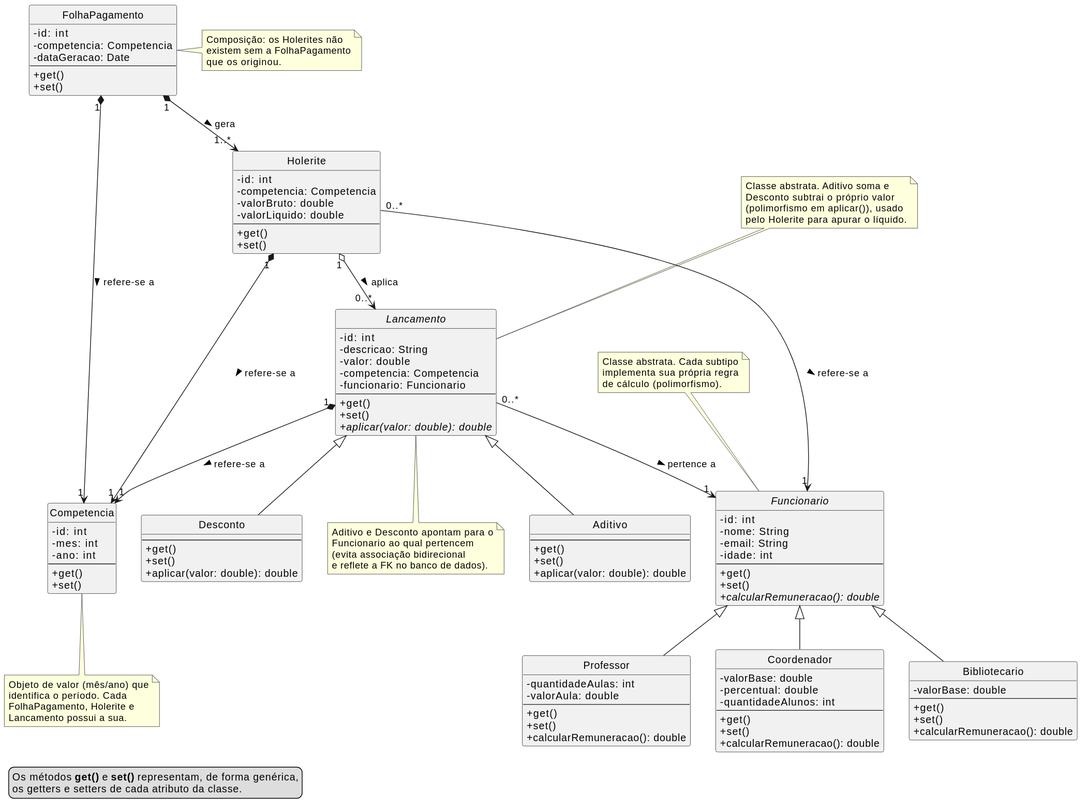
Above: docs/diagrama-classes.svg in imepac-aulas/poo-folhaPagamento-2026-02 (PlantUML), before the change.
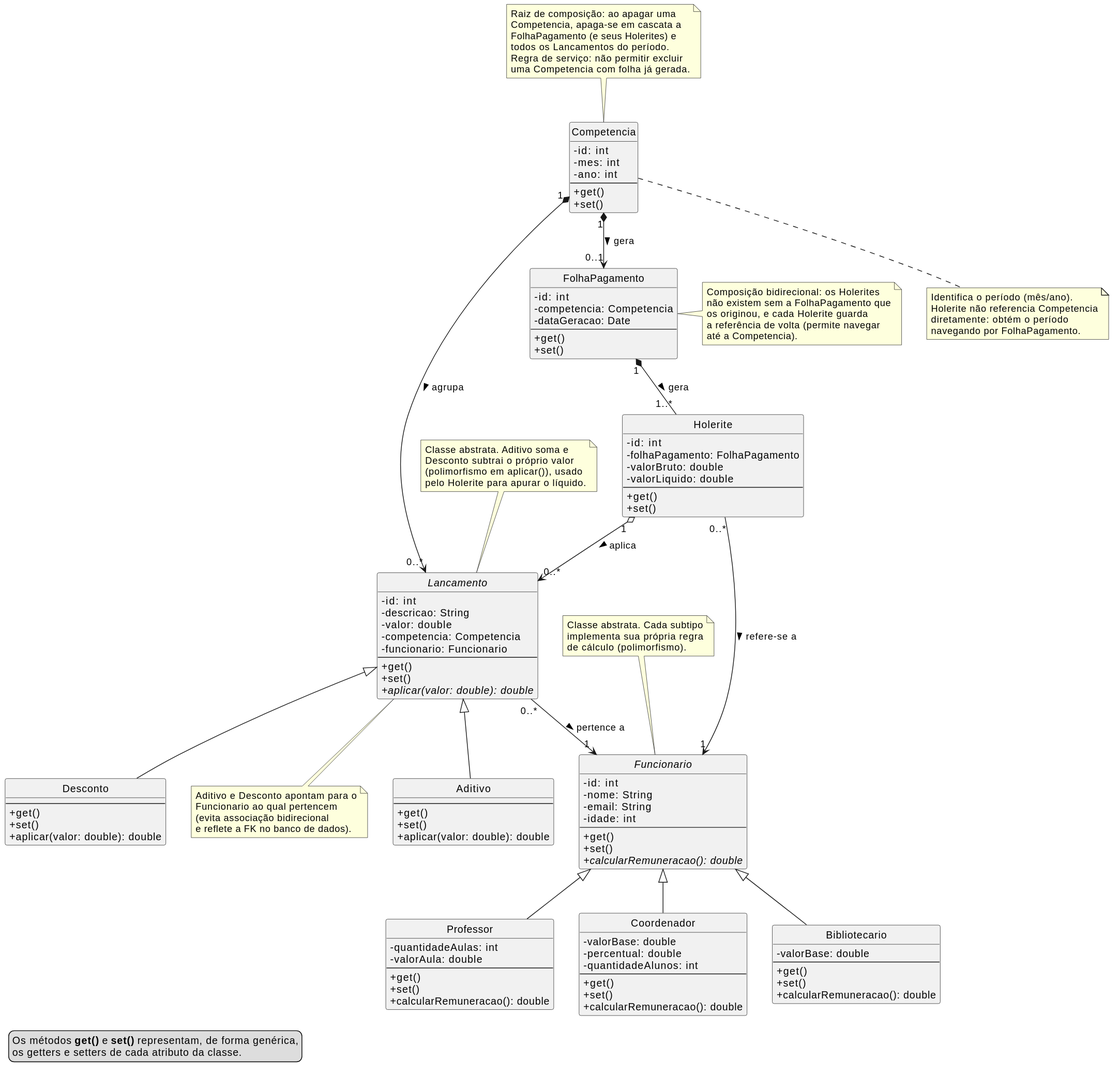
The same diagram one commit later.

Commit message:
Torna Competencia a raiz de composição do domínio

What changed in the source:
```diff
@@ -80,7 +80,7 @@
 
 class Holerite {
   - id: int
-  - competencia: Competencia
+  - folhaPagamento: FolhaPagamento
   - valorBruto: double
   - valorLiquido: double
   --
@@ -104,17 +104,16 @@
 Lancamento <|-- Aditivo
 Lancamento <|-- Desconto
 
-FolhaPagamento "1" *--> "1..*" Holerite : gera >
+Competencia "1" *--> "0..1" FolhaPagamento : gera >
+Competencia "1" *--> "0..*" Lancamento : agrupa >
+
+FolhaPagamento "1" *-- "1..*" Holerite : gera >
 
 Holerite "0..*" --> "1" Funcionario : refere-se a >
 
 Lancamento "0..*" --> "1" Funcionario : pertence a >
 
 Holerite "1" o--> "0..*" Lancamento : aplica >
-
-FolhaPagamento "1" *--> "1" Competencia : refere-se a >
-Holerite "1" *--> "1" Competencia : refere-se a >
-Lancamento "1" *--> "1" Competencia : refere-se a >
 
 note top of Funcionario
   Classe abstrata. Cada subtipo
@@ -130,9 +129,20 @@
 end note
 
 note right of FolhaPagamento
-  Composição: os Holerites não
-  existem sem a FolhaPagamento
-  que os originou.
+  Composição bidirecional: os Holerites
+  não existem sem a FolhaPagamento que
+  os originou, e cada Holerite guarda
+  a referência de volta (permite navegar
+  até a Competencia).
+end note
+
+note top of Competencia
+  Raiz de composição: ao apagar uma
+  Competencia, apaga-se em cascata a
+  FolhaPagamento (e seus Holerites) e
+  todos os Lancamentos do período.
+  Regra de serviço: não permitir excluir
+  uma Competencia com folha já gerada.
 end note
 
 note bottom of Lancamento
@@ -143,10 +153,10 @@
 end note
 
 note bottom of Competencia
-  Objeto de valor (mês/ano) que
-  identifica o período. Cada
-  FolhaPagamento, Holerite e
-  Lancamento possui a sua.
+  Identifica o período (mês/ano).
+  Holerite não referencia Competencia
+  diretamente: obtém o período
+  navegando por FolhaPagamento.
 end note
 
 legend bottom left
```
